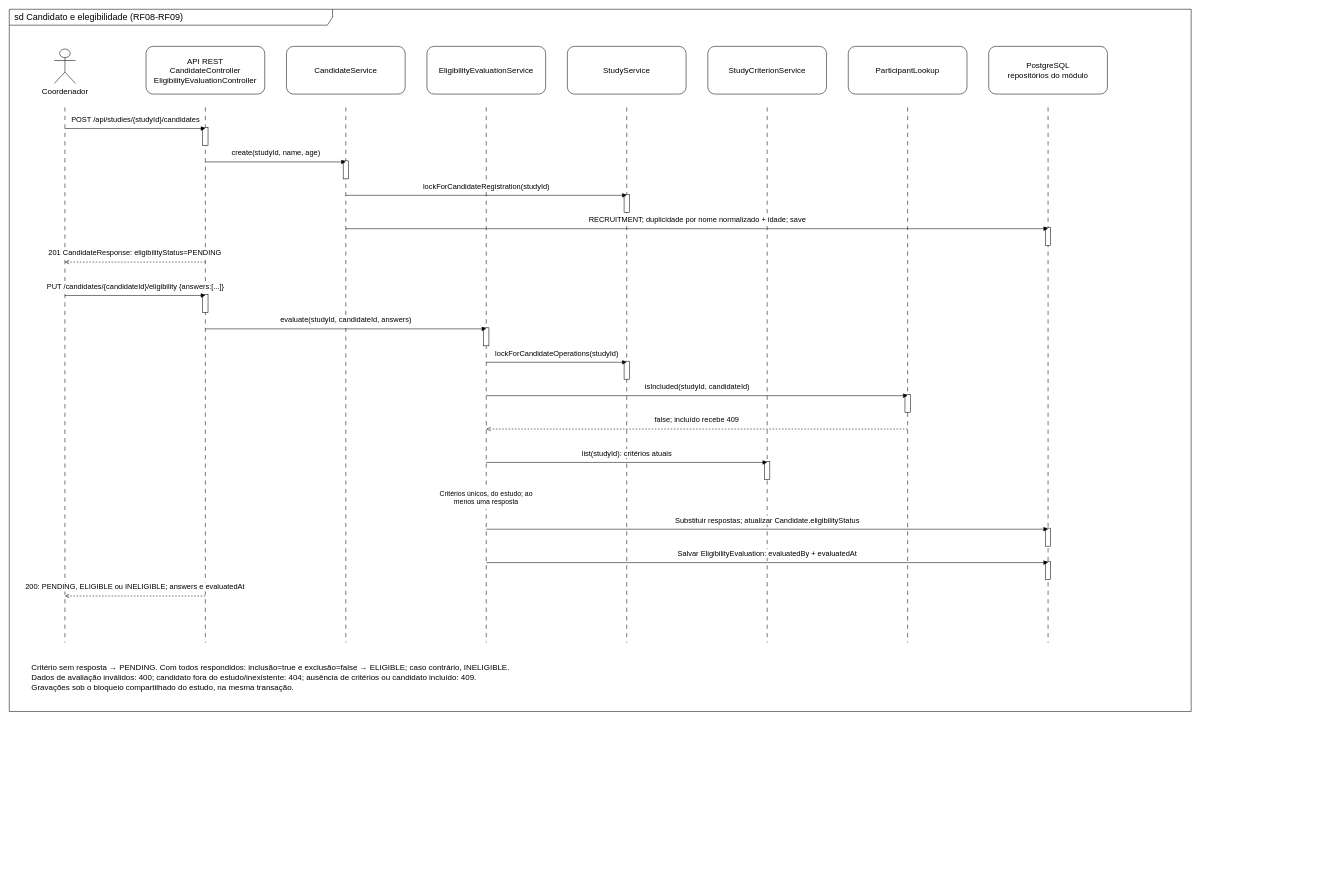
livdenner/ClinicalStudyPB-project keeps this draw.io diagram as page "Candidato e elegibilidade (RF08-RF09)" (4 of 7) of docs/diagrams/sequencia.drawio. Above is the earlier version. Source tidied: cells renumbered, new cells numbered last; positions are measured from the earlier drawing's top-left corner, leaving out a move shared by most shapes. Both pictures are drawn from the tidied source at 53%, with x=0, y=0 at pixel (9, 9).
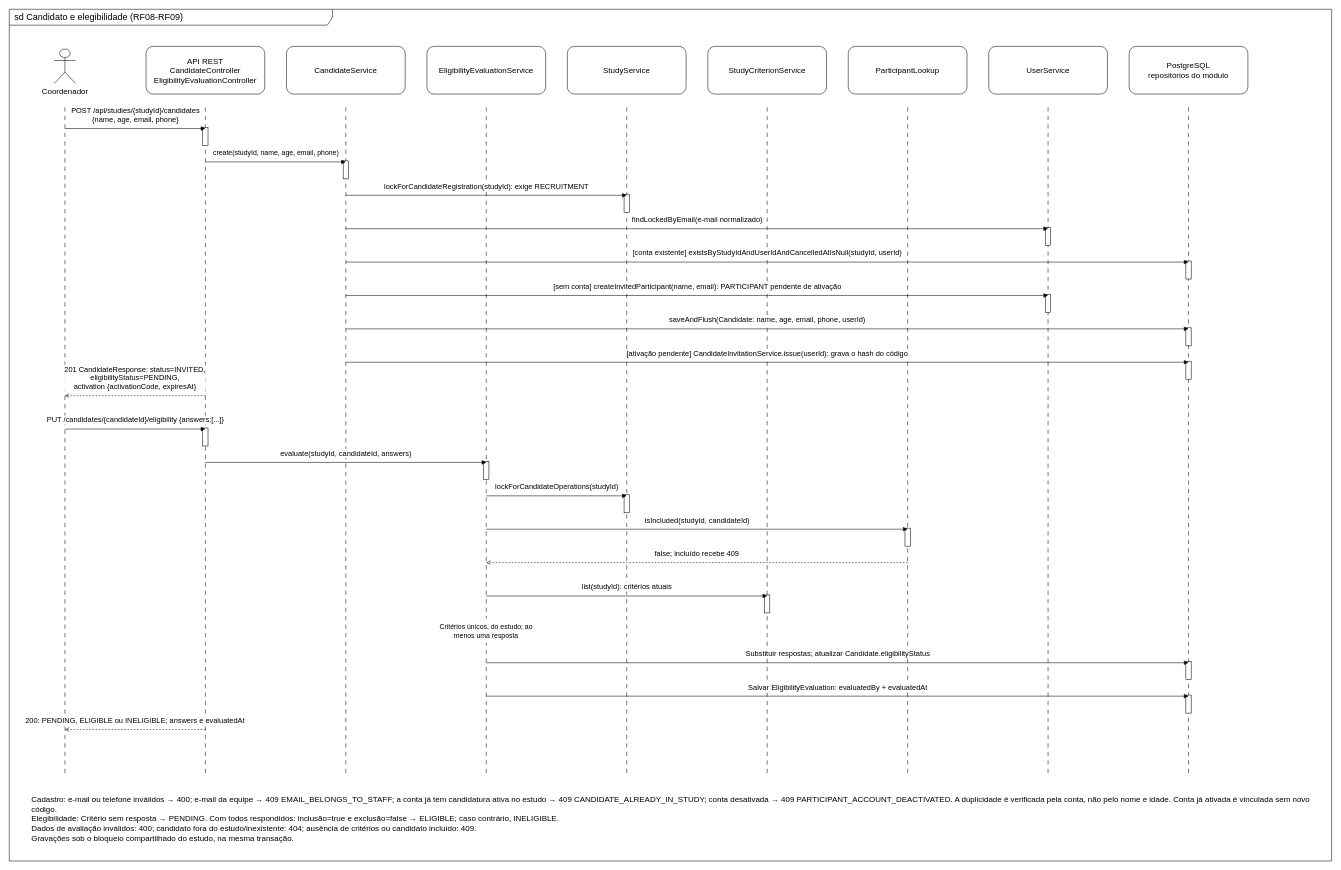
After the change.

Commit message (it also covers changes not shown here):
docs(diagramas): atualiza a sequência do cadastro de candidato para conta e convite

Diff of the diagram source:
```diff
@@
     <mxCell id="2" value="sd Candidato e elegibilidade (RF08-RF09)" style="shape=umlFrame;whiteSpace=wrap;html=1;width=610;height=30;boundedLbl=1;verticalAlign=middle;align=left;spacingLeft=8;fontSize=17;fillColor=none;strokeColor=#000000;" parent="1" vertex="1">
-      <mxGeometry width="2230" height="1325" as="geometry" />
+      <mxGeometry width="2495" height="1607" as="geometry" />
     </mxCell>
@@
     <mxCell id="4" style="endArrow=none;dashed=1;html=1;dashPattern=8 8;strokeColor=#000000;" parent="1" edge="1">
       <mxGeometry relative="1" as="geometry">
         <mxPoint x="105" y="185" as="sourcePoint" />
-        <mxPoint x="105" y="1195" as="targetPoint" />
+        <mxPoint x="105" y="1447" as="targetPoint" />
       </mxGeometry>
     </mxCell>
@@
     <mxCell id="6" style="endArrow=none;dashed=1;html=1;dashPattern=8 8;strokeColor=#000000;" parent="1" edge="1">
       <mxGeometry relative="1" as="geometry">
         <mxPoint x="370" y="185" as="sourcePoint" />
-        <mxPoint x="370" y="1195" as="targetPoint" />
+        <mxPoint x="370" y="1447" as="targetPoint" />
       </mxGeometry>
     </mxCell>
@@
     <mxCell id="8" style="endArrow=none;dashed=1;html=1;dashPattern=8 8;strokeColor=#000000;" parent="1" edge="1">
       <mxGeometry relative="1" as="geometry">
         <mxPoint x="635" y="185" as="sourcePoint" />
-        <mxPoint x="635" y="1195" as="targetPoint" />
+        <mxPoint x="635" y="1447" as="targetPoint" />
       </mxGeometry>
     </mxCell>
@@
     <mxCell id="10" style="endArrow=none;dashed=1;html=1;dashPattern=8 8;strokeColor=#000000;" parent="1" edge="1">
       <mxGeometry relative="1" as="geometry">
         <mxPoint x="900" y="185" as="sourcePoint" />
-        <mxPoint x="900" y="1195" as="targetPoint" />
+        <mxPoint x="900" y="1447" as="targetPoint" />
       </mxGeometry>
     </mxCell>
@@
     <mxCell id="12" style="endArrow=none;dashed=1;html=1;dashPattern=8 8;strokeColor=#000000;" parent="1" edge="1">
       <mxGeometry relative="1" as="geometry">
         <mxPoint x="1165" y="185" as="sourcePoint" />
-        <mxPoint x="1165" y="1195" as="targetPoint" />
+        <mxPoint x="1165" y="1447" as="targetPoint" />
       </mxGeometry>
     </mxCell>
@@
     <mxCell id="14" style="endArrow=none;dashed=1;html=1;dashPattern=8 8;strokeColor=#000000;" parent="1" edge="1">
       <mxGeometry relative="1" as="geometry">
         <mxPoint x="1430" y="185" as="sourcePoint" />
-        <mxPoint x="1430" y="1195" as="targetPoint" />
+        <mxPoint x="1430" y="1447" as="targetPoint" />
       </mxGeometry>
     </mxCell>
@@
     <mxCell id="16" style="endArrow=none;dashed=1;html=1;dashPattern=8 8;strokeColor=#000000;" parent="1" edge="1">
       <mxGeometry relative="1" as="geometry">
         <mxPoint x="1695" y="185" as="sourcePoint" />
-        <mxPoint x="1695" y="1195" as="targetPoint" />
+        <mxPoint x="1695" y="1447" as="targetPoint" />
       </mxGeometry>
     </mxCell>
+    <mxCell id="46" value="UserService" style="rounded=1;whiteSpace=wrap;html=1;fillColor=#FFFFFF;strokeColor=#000000;fontSize=15;" parent="1" vertex="1">
+      <mxGeometry x="1848" y="70" width="224" height="90" as="geometry" />
+    </mxCell>
+    <mxCell id="47" style="endArrow=none;dashed=1;html=1;dashPattern=8 8;strokeColor=#000000;" parent="1" edge="1">
+      <mxGeometry relative="1" as="geometry">
+        <mxPoint x="1960" y="185" as="sourcePoint" />
+        <mxPoint x="1960" y="1447" as="targetPoint" />
+      </mxGeometry>
+    </mxCell>
     <mxCell id="17" value="PostgreSQL&lt;br/&gt;repositórios do módulo" style="rounded=1;whiteSpace=wrap;html=1;fillColor=#FFFFFF;strokeColor=#000000;fontSize=15;" parent="1" vertex="1">
-      <mxGeometry x="1848" y="70" width="224" height="90" as="geometry" />
+      <mxGeometry x="2113" y="70" width="224" height="90" as="geometry" />
     </mxCell>
     <mxCell id="18" style="endArrow=none;dashed=1;html=1;dashPattern=8 8;strokeColor=#000000;" parent="1" edge="1">
       <mxGeometry relative="1" as="geometry">
-        <mxPoint x="1960" y="185" as="sourcePoint" />
-        <mxPoint x="1960" y="1195" as="targetPoint" />
+        <mxPoint x="2225" y="185" as="sourcePoint" />
+        <mxPoint x="2225" y="1447" as="targetPoint" />
       </mxGeometry>
     </mxCell>
@@
-    <mxCell id="20" value="POST /api/studies/{studyId}/candidates" style="html=1;endArrow=block;endFill=1;strokeColor=#000000;fontColor=#000000;fontSize=14;verticalAlign=bottom;labelBackgroundColor=#FFFFFF;spacingBottom=6;" parent="1" edge="1">
+    <mxCell id="20" value="POST /api/studies/{studyId}/candidates&lt;br&gt;{name, age, email, phone}" style="html=1;endArrow=block;endFill=1;strokeColor=#000000;fontColor=#000000;fontSize=14;verticalAlign=bottom;labelBackgroundColor=#FFFFFF;spacingBottom=6;" parent="1" edge="1">
       <mxGeometry relative="1" as="geometry">
         <mxPoint x="105" y="225" as="sourcePoint" />
         <mxPoint x="370" y="225" as="targetPoint" />
       </mxGeometry>
     </mxCell>
@@
-    <mxCell id="22" value="create(studyId, name, age)" style="html=1;endArrow=block;endFill=1;strokeColor=#000000;fontColor=#000000;fontSize=14;verticalAlign=bottom;labelBackgroundColor=#FFFFFF;spacingBottom=6;" parent="1" edge="1">
+    <mxCell id="22" value="&lt;font style=&quot;font-size: 13px;&quot;&gt;create(studyId, name, age, email, phone)&lt;/font&gt;" style="html=1;endArrow=block;endFill=1;strokeColor=#000000;fontColor=#000000;fontSize=14;verticalAlign=bottom;labelBackgroundColor=#FFFFFF;spacingBottom=6;" parent="1" edge="1">
       <mxGeometry relative="1" as="geometry">
         <mxPoint x="370" y="288" as="sourcePoint" />
         <mxPoint x="635" y="288" as="targetPoint" />
       </mxGeometry>
     </mxCell>
@@
-    <mxCell id="24" value="lockForCandidateRegistration(studyId)" style="html=1;endArrow=block;endFill=1;strokeColor=#000000;fontColor=#000000;fontSize=14;verticalAlign=bottom;labelBackgroundColor=#FFFFFF;spacingBottom=6;" parent="1" edge="1">
+    <mxCell id="24" value="lockForCandidateRegistration(studyId): exige RECRUITMENT" style="html=1;endArrow=block;endFill=1;strokeColor=#000000;fontColor=#000000;fontSize=14;verticalAlign=bottom;labelBackgroundColor=#FFFFFF;spacingBottom=6;" parent="1" edge="1">
       <mxGeometry relative="1" as="geometry">
         <mxPoint x="635" y="351" as="sourcePoint" />
         <mxPoint x="1165" y="351" as="targetPoint" />
       </mxGeometry>
     </mxCell>
@@
-    <mxCell id="26" value="RECRUITMENT; duplicidade por nome normalizado + idade; save" style="html=1;endArrow=block;endFill=1;strokeColor=#000000;fontColor=#000000;fontSize=14;verticalAlign=bottom;labelBackgroundColor=#FFFFFF;spacingBottom=6;" parent="1" edge="1">
+    <mxCell id="26" value="findLockedByEmail(e-mail normalizado)" style="html=1;endArrow=block;endFill=1;strokeColor=#000000;fontColor=#000000;fontSize=14;verticalAlign=bottom;labelBackgroundColor=#FFFFFF;spacingBottom=6;" parent="1" edge="1">
       <mxGeometry relative="1" as="geometry">
         <mxPoint x="635" y="414" as="sourcePoint" />
         <mxPoint x="1960" y="414" as="targetPoint" />
       </mxGeometry>
     </mxCell>
+    <mxCell id="48" style="rounded=0;whiteSpace=wrap;html=1;fillColor=#FFFFFF;strokeColor=#000000;fontColor=#000000;fontSize=16;" parent="1" vertex="1">
+      <mxGeometry x="2220" y="475" width="10" height="34" as="geometry" />
+    </mxCell>
+    <mxCell id="49" value="[conta existente] existsByStudyIdAndUserIdAndCancelledAtIsNull(studyId, userId)" style="html=1;endArrow=block;endFill=1;strokeColor=#000000;fontColor=#000000;fontSize=14;verticalAlign=bottom;labelBackgroundColor=#FFFFFF;spacingBottom=6;" parent="1" edge="1">
+      <mxGeometry relative="1" as="geometry">
+        <mxPoint x="635" y="477" as="sourcePoint" />
+        <mxPoint x="2225" y="477" as="targetPoint" />
+      </mxGeometry>
+    </mxCell>
+    <mxCell id="50" style="rounded=0;whiteSpace=wrap;html=1;fillColor=#FFFFFF;strokeColor=#000000;fontColor=#000000;fontSize=16;" parent="1" vertex="1">
+      <mxGeometry x="1955" y="538" width="10" height="34" as="geometry" />
+    </mxCell>
+    <mxCell id="51" value="[sem conta] createInvitedParticipant(name, email): PARTICIPANT pendente de ativação" style="html=1;endArrow=block;endFill=1;strokeColor=#000000;fontColor=#000000;fontSize=14;verticalAlign=bottom;labelBackgroundColor=#FFFFFF;spacingBottom=6;" parent="1" edge="1">
+      <mxGeometry relative="1" as="geometry">
+        <mxPoint x="635" y="540" as="sourcePoint" />
+        <mxPoint x="1960" y="540" as="targetPoint" />
+      </mxGeometry>
+    </mxCell>
+    <mxCell id="52" style="rounded=0;whiteSpace=wrap;html=1;fillColor=#FFFFFF;strokeColor=#000000;fontColor=#000000;fontSize=16;" parent="1" vertex="1">
+      <mxGeometry x="2220" y="601" width="10" height="34" as="geometry" />
+    </mxCell>
+    <mxCell id="53" value="saveAndFlush(Candidate: name, age, email, phone, userId)" style="html=1;endArrow=block;endFill=1;strokeColor=#000000;fontColor=#000000;fontSize=14;verticalAlign=bottom;labelBackgroundColor=#FFFFFF;spacingBottom=6;" parent="1" edge="1">
+      <mxGeometry relative="1" as="geometry">
+        <mxPoint x="635" y="603" as="sourcePoint" />
+        <mxPoint x="2225" y="603" as="targetPoint" />
+      </mxGeometry>
+    </mxCell>
+    <mxCell id="54" style="rounded=0;whiteSpace=wrap;html=1;fillColor=#FFFFFF;strokeColor=#000000;fontColor=#000000;fontSize=16;" parent="1" vertex="1">
+      <mxGeometry x="2220" y="664" width="10" height="34" as="geometry" />
+    </mxCell>
+    <mxCell id="55" value="[ativação pendente] CandidateInvitationService.issue(userId): grava o hash do código" style="html=1;endArrow=block;endFill=1;strokeColor=#000000;fontColor=#000000;fontSize=14;verticalAlign=bottom;labelBackgroundColor=#FFFFFF;spacingBottom=6;" parent="1" edge="1">
+      <mxGeometry relative="1" as="geometry">
+        <mxPoint x="635" y="666" as="sourcePoint" />
+        <mxPoint x="2225" y="666" as="targetPoint" />
+      </mxGeometry>
+    </mxCell>
-    <mxCell id="27" value="201 CandidateResponse: eligibilityStatus=PENDING" style="html=1;endArrow=block;endFill=1;strokeColor=#000000;fontColor=#000000;fontSize=14;verticalAlign=bottom;labelBackgroundColor=#FFFFFF;spacingBottom=6;dashed=1;endArrow=open;endFill=0;" parent="1" edge="1">
+    <mxCell id="27" value="201 CandidateResponse: status=INVITED,&lt;br&gt;eligibilityStatus=PENDING,&lt;br&gt;activation {activationCode, expiresAt}" style="html=1;endArrow=block;endFill=1;strokeColor=#000000;fontColor=#000000;fontSize=14;verticalAlign=bottom;labelBackgroundColor=#FFFFFF;spacingBottom=6;dashed=1;endArrow=open;endFill=0;" parent="1" edge="1">
       <mxGeometry relative="1" as="geometry">
-        <mxPoint x="370" y="477" as="sourcePoint" />
-        <mxPoint x="105" y="477" as="targetPoint" />
+        <mxPoint x="370" y="729" as="sourcePoint" />
+        <mxPoint x="105" y="729" as="targetPoint" />
       </mxGeometry>
     </mxCell>
     <mxCell id="28" style="rounded=0;whiteSpace=wrap;html=1;fillColor=#FFFFFF;strokeColor=#000000;fontColor=#000000;fontSize=16;" parent="1" vertex="1">
-      <mxGeometry x="365" y="538" width="10" height="34" as="geometry" />
+      <mxGeometry x="365" y="790" width="10" height="34" as="geometry" />
     </mxCell>
     <mxCell id="29" value="PUT /candidates/{candidateId}/eligibility {answers:[...]}" style="html=1;endArrow=block;endFill=1;strokeColor=#000000;fontColor=#000000;fontSize=14;verticalAlign=bottom;labelBackgroundColor=#FFFFFF;spacingBottom=6;" parent="1" edge="1">
       <mxGeometry relative="1" as="geometry">
-        <mxPoint x="105" y="540" as="sourcePoint" />
-        <mxPoint x="370" y="540" as="targetPoint" />
+        <mxPoint x="105" y="792" as="sourcePoint" />
+        <mxPoint x="370" y="792" as="targetPoint" />
       </mxGeometry>
     </mxCell>
     <mxCell id="30" style="rounded=0;whiteSpace=wrap;html=1;fillColor=#FFFFFF;strokeColor=#000000;fontColor=#000000;fontSize=16;" parent="1" vertex="1">
-      <mxGeometry x="895" y="601" width="10" height="34" as="geometry" />
+      <mxGeometry x="895" y="853" width="10" height="34" as="geometry" />
     </mxCell>
     <mxCell id="31" value="evaluate(studyId, candidateId, answers)" style="html=1;endArrow=block;endFill=1;strokeColor=#000000;fontColor=#000000;fontSize=14;verticalAlign=bottom;labelBackgroundColor=#FFFFFF;spacingBottom=6;" parent="1" edge="1">
       <mxGeometry relative="1" as="geometry">
-        <mxPoint x="370" y="603" as="sourcePoint" />
-        <mxPoint x="900" y="603" as="targetPoint" />
+        <mxPoint x="370" y="855" as="sourcePoint" />
+        <mxPoint x="900" y="855" as="targetPoint" />
       </mxGeometry>
     </mxCell>
     <mxCell id="32" style="rounded=0;whiteSpace=wrap;html=1;fillColor=#FFFFFF;strokeColor=#000000;fontColor=#000000;fontSize=16;" parent="1" vertex="1">
-      <mxGeometry x="1160" y="664" width="10" height="34" as="geometry" />
+      <mxGeometry x="1160" y="916" width="10" height="34" as="geometry" />
     </mxCell>
     <mxCell id="33" value="lockForCandidateOperations(studyId)" style="html=1;endArrow=block;endFill=1;strokeColor=#000000;fontColor=#000000;fontSize=14;verticalAlign=bottom;labelBackgroundColor=#FFFFFF;spacingBottom=6;" parent="1" edge="1">
       <mxGeometry relative="1" as="geometry">
-        <mxPoint x="900" y="666" as="sourcePoint" />
-        <mxPoint x="1165" y="666" as="targetPoint" />
+        <mxPoint x="900" y="918" as="sourcePoint" />
+        <mxPoint x="1165" y="918" as="targetPoint" />
       </mxGeometry>
     </mxCell>
     <mxCell id="34" style="rounded=0;whiteSpace=wrap;html=1;fillColor=#FFFFFF;strokeColor=#000000;fontColor=#000000;fontSize=16;" parent="1" vertex="1">
-      <mxGeometry x="1690" y="727" width="10" height="34" as="geometry" />
+      <mxGeometry x="1690" y="979" width="10" height="34" as="geometry" />
     </mxCell>
     <mxCell id="35" value="isIncluded(studyId, candidateId)" style="html=1;endArrow=block;endFill=1;strokeColor=#000000;fontColor=#000000;fontSize=14;verticalAlign=bottom;labelBackgroundColor=#FFFFFF;spacingBottom=6;" parent="1" edge="1">
       <mxGeometry relative="1" as="geometry">
-        <mxPoint x="900" y="729" as="sourcePoint" />
-        <mxPoint x="1695" y="729" as="targetPoint" />
+        <mxPoint x="900" y="981" as="sourcePoint" />
+        <mxPoint x="1695" y="981" as="targetPoint" />
       </mxGeometry>
     </mxCell>
     <mxCell id="36" value="false; incluído recebe 409" style="html=1;endArrow=block;endFill=1;strokeColor=#000000;fontColor=#000000;fontSize=14;verticalAlign=bottom;labelBackgroundColor=#FFFFFF;spacingBottom=6;dashed=1;endArrow=open;endFill=0;" parent="1" edge="1">
       <mxGeometry relative="1" as="geometry">
-        <mxPoint x="1695" y="792" as="sourcePoint" />
-        <mxPoint x="900" y="792" as="targetPoint" />
+        <mxPoint x="1695" y="1044" as="sourcePoint" />
+        <mxPoint x="900" y="1044" as="targetPoint" />
       </mxGeometry>
     </mxCell>
     <mxCell id="37" style="rounded=0;whiteSpace=wrap;html=1;fillColor=#FFFFFF;strokeColor=#000000;fontColor=#000000;fontSize=16;" parent="1" vertex="1">
-      <mxGeometry x="1425" y="853" width="10" height="34" as="geometry" />
+      <mxGeometry x="1425" y="1105" width="10" height="34" as="geometry" />
     </mxCell>
     <mxCell id="38" value="list(studyId): critérios atuais" style="html=1;endArrow=block;endFill=1;strokeColor=#000000;fontColor=#000000;fontSize=14;verticalAlign=bottom;labelBackgroundColor=#FFFFFF;spacingBottom=6;" parent="1" edge="1">
       <mxGeometry relative="1" as="geometry">
-        <mxPoint x="900" y="855" as="sourcePoint" />
-        <mxPoint x="1430" y="855" as="targetPoint" />
+        <mxPoint x="900" y="1107" as="sourcePoint" />
+        <mxPoint x="1430" y="1107" as="targetPoint" />
       </mxGeometry>
     </mxCell>
     <mxCell id="39" value="Critérios únicos, do estudo; ao menos uma resposta" style="text;html=1;whiteSpace=wrap;align=left;verticalAlign=middle;fontColor=#000000;fontSize=15;fontSize=13;align=center;fillColor=#FFFFFF;" parent="1" vertex="1">
-      <mxGeometry x="790" y="898" width="220" height="45" as="geometry" />
+      <mxGeometry x="790" y="1150" width="220" height="45" as="geometry" />
     </mxCell>
     <mxCell id="40" style="rounded=0;whiteSpace=wrap;html=1;fillColor=#FFFFFF;strokeColor=#000000;fontColor=#000000;fontSize=16;" parent="1" vertex="1">
-      <mxGeometry x="1955" y="979" width="10" height="34" as="geometry" />
+      <mxGeometry x="2220" y="1231" width="10" height="34" as="geometry" />
     </mxCell>
     <mxCell id="41" value="Substituir respostas; atualizar Candidate.eligibilityStatus" style="html=1;endArrow=block;endFill=1;strokeColor=#000000;fontColor=#000000;fontSize=14;verticalAlign=bottom;labelBackgroundColor=#FFFFFF;spacingBottom=6;" parent="1" edge="1">
       <mxGeometry relative="1" as="geometry">
-        <mxPoint x="900" y="981" as="sourcePoint" />
-        <mxPoint x="1960" y="981" as="targetPoint" />
+        <mxPoint x="900" y="1233" as="sourcePoint" />
+        <mxPoint x="2225" y="1233" as="targetPoint" />
       </mxGeometry>
     </mxCell>
     <mxCell id="42" style="rounded=0;whiteSpace=wrap;html=1;fillColor=#FFFFFF;strokeColor=#000000;fontColor=#000000;fontSize=16;" parent="1" vertex="1">
-      <mxGeometry x="1955" y="1042" width="10" height="34" as="geometry" />
+      <mxGeometry x="2220" y="1294" width="10" height="34" as="geometry" />
     </mxCell>
     <mxCell id="43" value="Salvar EligibilityEvaluation: evaluatedBy + evaluatedAt" style="html=1;endArrow=block;endFill=1;strokeColor=#000000;fontColor=#000000;fontSize=14;verticalAlign=bottom;labelBackgroundColor=#FFFFFF;spacingBottom=6;" parent="1" edge="1">
       <mxGeometry relative="1" as="geometry">
-        <mxPoint x="900" y="1044" as="sourcePoint" />
-        <mxPoint x="1960" y="1044" as="targetPoint" />
+        <mxPoint x="900" y="1296" as="sourcePoint" />
+        <mxPoint x="2225" y="1296" as="targetPoint" />
       </mxGeometry>
     </mxCell>
     <mxCell id="44" value="200: PENDING, ELIGIBLE ou INELIGIBLE; answers e evaluatedAt" style="html=1;endArrow=block;endFill=1;strokeColor=#000000;fontColor=#000000;fontSize=14;verticalAlign=bottom;labelBackgroundColor=#FFFFFF;spacingBottom=6;dashed=1;endArrow=open;endFill=0;" parent="1" edge="1">
       <mxGeometry relative="1" as="geometry">
-        <mxPoint x="370" y="1107" as="sourcePoint" />
-        <mxPoint x="105" y="1107" as="targetPoint" />
+        <mxPoint x="370" y="1359" as="sourcePoint" />
+        <mxPoint x="105" y="1359" as="targetPoint" />
       </mxGeometry>
     </mxCell>
-    <mxCell id="45" value="Critério sem resposta → PENDING. Com todos respondidos: inclusão=true e exclusão=false → ELIGIBLE; caso contrário, INELIGIBLE.&lt;br/&gt;Dados de avaliação inválidos: 400; candidato fora do estudo/inexistente: 404; ausência de critérios ou candidato incluído: 409.&lt;br/&gt;Gravações sob o bloqueio compartilhado do estudo, na mesma transação." style="text;html=1;whiteSpace=wrap;align=left;verticalAlign=middle;fontColor=#000000;fontSize=15;" parent="1" vertex="1">
-      <mxGeometry x="40" y="1215" width="2150" height="90" as="geometry" />
+    <mxCell id="45" value="Cadastro: e-mail ou telefone inválidos → 400; e-mail da equipe → 409 EMAIL_BELONGS_TO_STAFF; a conta já tem candidatura ativa no estudo → 409 CANDIDATE_ALREADY_IN_STUDY; conta desativada → 409 PARTICIPANT_ACCOUNT_DEACTIVATED. A duplicidade é verificada pela conta, não pelo nome e idade. Conta já ativada é vinculada sem novo código.&lt;br&gt;Elegibilidade: Critério sem resposta → PENDING. Com todos respondidos: inclusão=true e exclusão=false → ELIGIBLE; caso contrário, INELIGIBLE.&lt;br/&gt;Dados de avaliação inválidos: 400; candidato fora do estudo/inexistente: 404; ausência de critérios ou candidato incluído: 409.&lt;br/&gt;Gravações sob o bloqueio compartilhado do estudo, na mesma transação." style="text;html=1;whiteSpace=wrap;align=left;verticalAlign=middle;fontColor=#000000;fontSize=15;" parent="1" vertex="1">
+      <mxGeometry x="40" y="1467" width="2415" height="120" as="geometry" />
     </mxCell>
```
